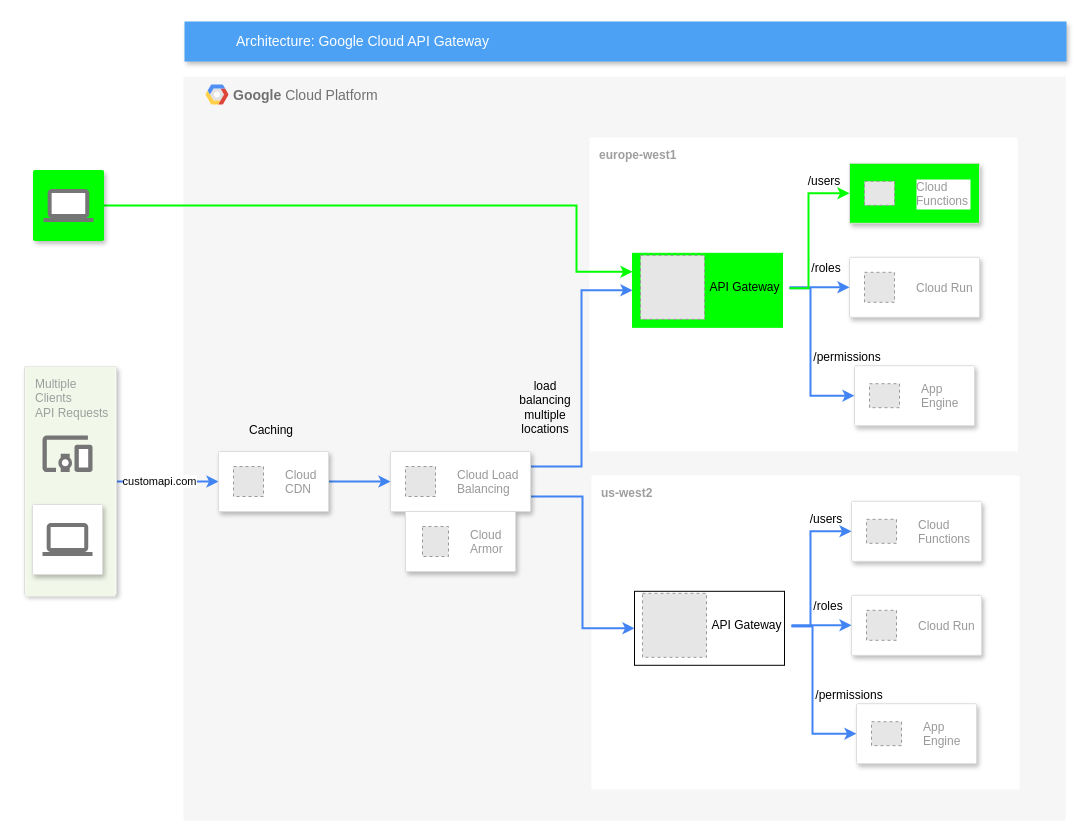
Earlier version of the draw.io diagram page "simple" (1 of 2) of diagram.drawio (stefanbertos/for-developers-gcp-cloud-api-gateway). Source tidied: cells renumbered, new cells numbered last; positions are measured from the earlier drawing's top-left corner, leaving out a move shared by most shapes. Both pictures are drawn from the tidied source at 100%, with x=0, y=0 at pixel (17, 21). Pictures stored in the file or linked from it are replaced by grey dashed boxes.
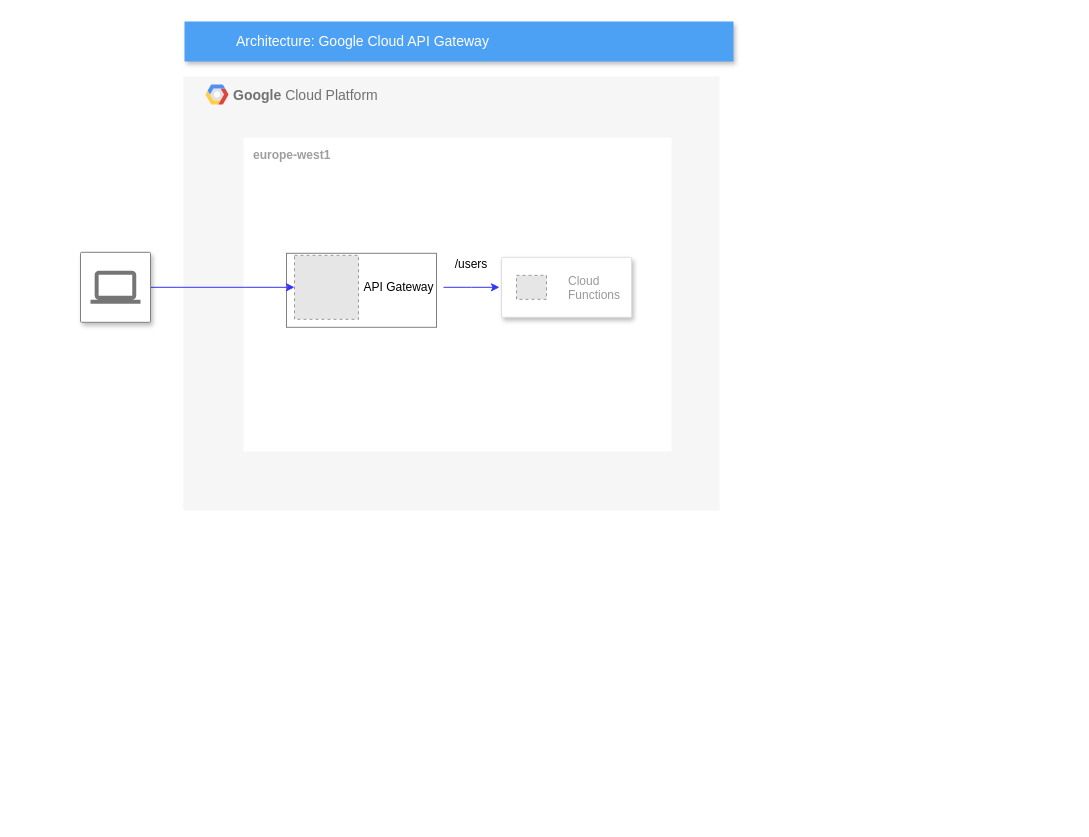
The same diagram, later.

The change refers to these unchanged cells:
```xml
<mxCell id="10" style="fillColor=#E6E6E6;strokeColor=#999999;dashed=1;verticalLabelPosition=bottom;verticalAlign=top;" parent="7" vertex="1">
  <mxGeometry x="51" y="117.8" width="64" height="64" as="geometry" />
</mxCell>
<mxCell id="13" value="API Gateway" style="text;html=1;align=center;verticalAlign=middle;points=[];fillColor=none;strokeColor=none;rounded=0;" parent="7" vertex="1">
  <mxGeometry x="110" y="134.8" width="90" height="30" as="geometry" />
</mxCell>
```

What changed in the source:
```diff
@@
     <mxCell id="2" value="&lt;b&gt;Google &lt;/b&gt;Cloud Platform" style="fillColor=#F6F6F6;strokeColor=none;shadow=0;gradientColor=none;fontSize=14;align=left;spacing=10;fontColor=#717171;9E9E9E;verticalAlign=top;spacingTop=-4;fontStyle=0;spacingLeft=40;html=1;" parent="1" vertex="1">
-      <mxGeometry x="166" y="55" width="882" height="744" as="geometry" />
+      <mxGeometry x="166" y="55" width="536" height="434" as="geometry" />
     </mxCell>
-    <mxCell id="3" style="edgeStyle=orthogonalEdgeStyle;rounded=0;jettySize=auto;html=1;entryX=0;entryY=0.5;entryDx=0;entryDy=0;strokeColor=#4284F3;strokeWidth=2;" parent="1" edge="1" source="57" target="52">
-      <mxGeometry relative="1" as="geometry" />
-    </mxCell>
-    <mxCell id="4" value="customapi.com" style="edgeLabel;html=1;align=center;verticalAlign=middle;" parent="3" vertex="1">
-      <mxGeometry x="-0.17" y="1" relative="1" as="geometry" />
-    </mxCell>
     <mxCell id="5" value="Architecture: Google Cloud API Gateway" style="fillColor=#4DA1F5;strokeColor=none;shadow=1;gradientColor=none;fontSize=14;align=left;spacingLeft=50;fontColor=#ffffff;html=1;" parent="1" vertex="1">
-      <mxGeometry x="167" width="882" height="40" as="geometry" />
+      <mxGeometry x="167" width="549" height="40" as="geometry" />
     </mxCell>
@@
     <mxCell id="7" style="group;fontStyle=0;" parent="1" vertex="1">
-      <mxGeometry x="572" y="116" width="428" height="314" as="geometry" />
+      <mxGeometry x="226" y="116" width="428" height="314" as="geometry" />
     </mxCell>
@@
-    <mxCell id="9" style="whiteSpace=wrap;html=1;strokeColor=#00FF00;fillColor=#00FF00;" parent="7" vertex="1">
+    <mxCell id="9" style="whiteSpace=wrap;html=1;strokeColor=#808080;fillColor=#FFFFFF;" parent="7" vertex="1">
       <mxGeometry x="43" y="115.8" width="150" height="74" as="geometry" />
     </mxCell>
@@
-    <mxCell id="11" style="strokeColor=#dddddd;shadow=1;strokeWidth=1;rounded=1;absoluteArcSize=1;arcSize=2;fillColor=#00FF00;" parent="7" vertex="1">
-      <mxGeometry x="260" y="25.8" width="130" height="60" as="geometry" />
+    <mxCell id="11" style="strokeColor=#dddddd;shadow=1;strokeWidth=1;rounded=1;absoluteArcSize=1;arcSize=2;fillColor=#FFFFFF;" parent="7" vertex="1">
+      <mxGeometry x="258" y="119.8" width="130" height="60" as="geometry" />
     </mxCell>
@@
-    <mxCell id="14" style="strokeColor=#dddddd;shadow=1;strokeWidth=1;rounded=1;absoluteArcSize=1;arcSize=2;" parent="7" vertex="1">
-      <mxGeometry x="260" y="119.8" width="130" height="60" as="geometry" />
-    </mxCell>
-    <mxCell id="15" value="Cloud Run" style="fillColor=#E6E6E6;strokeColor=#999999;dashed=1;fontColor=#999999;verticalLabelPosition=middle;labelBackgroundColor=#ffffff;verticalAlign=middle;labelPosition=right;align=left;spacingLeft=20;" parent="14" vertex="1">
-      <mxGeometry width="30" height="30" relative="1" as="geometry">
-        <mxPoint x="15" y="15" as="offset" />
-      </mxGeometry>
-    </mxCell>
-    <mxCell id="16" style="edgeStyle=orthogonalEdgeStyle;rounded=0;jettySize=auto;html=1;strokeColor=#4284F3;strokeWidth=2;" parent="7" edge="1" source="13" target="14">
-      <mxGeometry relative="1" as="geometry" />
-    </mxCell>
-    <mxCell id="17" style="strokeColor=#dddddd;shadow=1;strokeWidth=1;rounded=1;absoluteArcSize=1;arcSize=2;" parent="7" vertex="1">
-      <mxGeometry x="265" y="228.2" width="120" height="60" as="geometry" />
-    </mxCell>
-    <mxCell id="18" value="App&#10;Engine" style="fillColor=#E6E6E6;strokeColor=#999999;dashed=1;fontColor=#999999;verticalLabelPosition=middle;labelBackgroundColor=#ffffff;verticalAlign=middle;labelPosition=right;align=left;spacingLeft=20;" parent="17" vertex="1">
-      <mxGeometry width="30" height="24" relative="1" as="geometry">
-        <mxPoint x="15" y="18" as="offset" />
-      </mxGeometry>
-    </mxCell>
-    <mxCell id="19" style="edgeStyle=orthogonalEdgeStyle;rounded=0;jettySize=auto;html=1;entryX=0;entryY=0.5;entryDx=0;entryDy=0;strokeColor=#4284F3;strokeWidth=2;" parent="7" edge="1" source="13" target="17">
-      <mxGeometry relative="1" as="geometry">
-        <Array as="points">
-          <mxPoint x="221" y="150.8" />
-          <mxPoint x="221" y="258.8" />
-        </Array>
-      </mxGeometry>
-    </mxCell>
     <mxCell id="20" value="/users" style="text;html=1;strokeColor=none;fillColor=none;align=center;verticalAlign=middle;whiteSpace=wrap;rounded=0;" parent="7" vertex="1">
-      <mxGeometry x="205" y="28.8" width="60" height="30" as="geometry" />
+      <mxGeometry x="198" y="112" width="60" height="30" as="geometry" />
     </mxCell>
-    <mxCell id="21" value="/roles" style="text;html=1;strokeColor=none;fillColor=none;align=center;verticalAlign=middle;whiteSpace=wrap;rounded=0;" parent="7" vertex="1">
-      <mxGeometry x="207" y="115.8" width="60" height="30" as="geometry" />
-    </mxCell>
-    <mxCell id="22" value="/permissions" style="text;html=1;strokeColor=none;fillColor=none;align=center;verticalAlign=middle;whiteSpace=wrap;rounded=0;" parent="7" vertex="1">
-      <mxGeometry x="228" y="204.8" width="60" height="30" as="geometry" />
-    </mxCell>
-    <mxCell id="23" style="edgeStyle=orthogonalEdgeStyle;rounded=0;jettySize=auto;html=1;entryX=0;entryY=0.5;entryDx=0;entryDy=0;strokeColor=#00FF00;strokeWidth=2;" parent="7" edge="1" source="13" target="11">
+    <mxCell id="23" style="edgeStyle=orthogonalEdgeStyle;rounded=0;jettySize=auto;html=1;entryX=0;entryY=0.5;entryDx=0;entryDy=0;strokeColor=none;strokeWidth=2;" parent="7" edge="1" source="13" target="11">
       <mxGeometry relative="1" as="geometry">
         <Array as="points">
-          <mxPoint x="219" y="150.8" />
-          <mxPoint x="219" y="55.8" />
+          <mxPoint x="247" y="150" />
+          <mxPoint x="247" y="150" />
         </Array>
       </mxGeometry>
     </mxCell>
-    <mxCell id="24" style="group;" parent="1" vertex="1">
-      <mxGeometry x="574" y="454" width="428" height="314" as="geometry" />
-    </mxCell>
-    <mxCell id="25" value="&lt;b&gt;us-west2&lt;/b&gt;" style="sketch=0;rounded=1;absoluteArcSize=1;arcSize=2;html=1;strokeColor=none;gradientColor=none;shadow=0;dashed=0;fontSize=12;fontColor=#9E9E9E;align=left;verticalAlign=top;spacing=10;spacingTop=-4;" parent="24" vertex="1">
-      <mxGeometry width="428" height="314" as="geometry" />
-    </mxCell>
-    <mxCell id="26" style="whiteSpace=wrap;html=1;" parent="24" vertex="1">
-      <mxGeometry x="43" y="115.8" width="150" height="74" as="geometry" />
-    </mxCell>
-    <mxCell id="27" style="fillColor=#E6E6E6;strokeColor=#999999;dashed=1;verticalLabelPosition=bottom;verticalAlign=top;" parent="24" vertex="1">
-      <mxGeometry x="51" y="117.8" width="64" height="64" as="geometry" />
-    </mxCell>
-    <mxCell id="28" style="strokeColor=#dddddd;shadow=1;strokeWidth=1;rounded=1;absoluteArcSize=1;arcSize=2;" parent="24" vertex="1">
-      <mxGeometry x="260" y="25.8" width="130" height="60" as="geometry" />
-    </mxCell>
-    <mxCell id="29" value="Cloud&#10;Functions" style="fillColor=#E6E6E6;strokeColor=#999999;dashed=1;fontColor=#999999;verticalLabelPosition=middle;labelBackgroundColor=#ffffff;verticalAlign=middle;labelPosition=right;align=left;spacingLeft=20;" parent="28" vertex="1">
-      <mxGeometry width="30" height="24" relative="1" as="geometry">
-        <mxPoint x="15" y="18" as="offset" />
-      </mxGeometry>
-    </mxCell>
-    <mxCell id="30" style="edgeStyle=orthogonalEdgeStyle;rounded=0;jettySize=auto;html=1;entryX=0;entryY=0.5;entryDx=0;entryDy=0;strokeColor=#4284F3;strokeWidth=2;" parent="24" edge="1" source="31" target="28">
-      <mxGeometry relative="1" as="geometry">
-        <Array as="points">
-          <mxPoint x="219" y="150.8" />
-          <mxPoint x="219" y="55.8" />
-        </Array>
-      </mxGeometry>
-    </mxCell>
-    <mxCell id="31" value="API Gateway" style="text;html=1;align=center;verticalAlign=middle;points=[];fillColor=none;strokeColor=none;rounded=0;" parent="24" vertex="1">
-      <mxGeometry x="110" y="134.8" width="90" height="30" as="geometry" />
-    </mxCell>
-    <mxCell id="32" style="strokeColor=#dddddd;shadow=1;strokeWidth=1;rounded=1;absoluteArcSize=1;arcSize=2;" parent="24" vertex="1">
-      <mxGeometry x="260" y="119.8" width="130" height="60" as="geometry" />
-    </mxCell>
-    <mxCell id="33" value="Cloud Run" style="fillColor=#E6E6E6;strokeColor=#999999;dashed=1;fontColor=#999999;verticalLabelPosition=middle;labelBackgroundColor=#ffffff;verticalAlign=middle;labelPosition=right;align=left;spacingLeft=20;" parent="32" vertex="1">
-      <mxGeometry width="30" height="30" relative="1" as="geometry">
-        <mxPoint x="15" y="15" as="offset" />
-      </mxGeometry>
-    </mxCell>
-    <mxCell id="34" style="edgeStyle=orthogonalEdgeStyle;rounded=0;jettySize=auto;html=1;strokeColor=#4284F3;strokeWidth=2;" parent="24" edge="1" source="31" target="32">
-      <mxGeometry relative="1" as="geometry" />
-    </mxCell>
-    <mxCell id="35" style="strokeColor=#dddddd;shadow=1;strokeWidth=1;rounded=1;absoluteArcSize=1;arcSize=2;" parent="24" vertex="1">
-      <mxGeometry x="265" y="228.2" width="120" height="60" as="geometry" />
-    </mxCell>
-    <mxCell id="36" value="App&#10;Engine" style="fillColor=#E6E6E6;strokeColor=#999999;dashed=1;fontColor=#999999;verticalLabelPosition=middle;labelBackgroundColor=#ffffff;verticalAlign=middle;labelPosition=right;align=left;spacingLeft=20;" parent="35" vertex="1">
-      <mxGeometry width="30" height="24" relative="1" as="geometry">
-        <mxPoint x="15" y="18" as="offset" />
-      </mxGeometry>
-    </mxCell>
-    <mxCell id="37" style="edgeStyle=orthogonalEdgeStyle;rounded=0;jettySize=auto;html=1;entryX=0;entryY=0.5;entryDx=0;entryDy=0;strokeColor=#4284F3;strokeWidth=2;" parent="24" edge="1" source="31" target="35">
-      <mxGeometry relative="1" as="geometry">
-        <Array as="points">
-          <mxPoint x="221" y="150.8" />
-          <mxPoint x="221" y="258.8" />
-        </Array>
-      </mxGeometry>
-    </mxCell>
-    <mxCell id="38" value="/users" style="text;html=1;strokeColor=none;fillColor=none;align=center;verticalAlign=middle;whiteSpace=wrap;rounded=0;" parent="24" vertex="1">
-      <mxGeometry x="205" y="28.8" width="60" height="30" as="geometry" />
-    </mxCell>
-    <mxCell id="39" value="/roles" style="text;html=1;strokeColor=none;fillColor=none;align=center;verticalAlign=middle;whiteSpace=wrap;rounded=0;" parent="24" vertex="1">
-      <mxGeometry x="207" y="115.8" width="60" height="30" as="geometry" />
-    </mxCell>
-    <mxCell id="40" value="/permissions" style="text;html=1;strokeColor=none;fillColor=none;align=center;verticalAlign=middle;whiteSpace=wrap;rounded=0;" parent="24" vertex="1">
-      <mxGeometry x="228" y="204.8" width="60" height="30" as="geometry" />
-    </mxCell>
-    <mxCell id="41" style="edgeStyle=orthogonalEdgeStyle;rounded=0;jettySize=auto;html=1;exitX=1;exitY=0.25;exitDx=0;exitDy=0;entryX=0;entryY=0.5;entryDx=0;entryDy=0;strokeColor=#4284F3;strokeWidth=2;" parent="1" edge="1" source="43" target="9">
-      <mxGeometry relative="1" as="geometry" />
-    </mxCell>
-    <mxCell id="42" style="edgeStyle=orthogonalEdgeStyle;rounded=0;jettySize=auto;html=1;exitX=1;exitY=0.75;exitDx=0;exitDy=0;entryX=0;entryY=0.5;entryDx=0;entryDy=0;strokeColor=#4284F3;strokeWidth=2;" parent="1" edge="1" source="43" target="26">
-      <mxGeometry relative="1" as="geometry" />
-    </mxCell>
-    <mxCell id="43" style="strokeColor=#dddddd;shadow=1;strokeWidth=1;rounded=1;absoluteArcSize=1;arcSize=2;" parent="1" vertex="1">
-      <mxGeometry x="373" y="430" width="140" height="60" as="geometry" />
-    </mxCell>
-    <mxCell id="44" value="Cloud Load&#10;Balancing" style="fillColor=#E6E6E6;strokeColor=#999999;dashed=1;fontColor=#999999;verticalLabelPosition=middle;labelBackgroundColor=#ffffff;verticalAlign=middle;labelPosition=right;align=left;spacingLeft=20;" parent="43" vertex="1">
-      <mxGeometry width="30" height="30" relative="1" as="geometry">
-        <mxPoint x="15" y="15" as="offset" />
-      </mxGeometry>
-    </mxCell>
-    <mxCell id="45" style="strokeColor=#dddddd;shadow=1;strokeWidth=1;rounded=1;absoluteArcSize=1;arcSize=2;" parent="1" vertex="1">
-      <mxGeometry x="388" y="490" width="110" height="60" as="geometry" />
-    </mxCell>
-    <mxCell id="46" value="Cloud&#10;Armor" style="fillColor=#E6E6E6;strokeColor=#999999;dashed=1;fontColor=#999999;verticalLabelPosition=middle;labelBackgroundColor=#ffffff;verticalAlign=middle;labelPosition=right;align=left;spacingLeft=20;" parent="45" vertex="1">
-      <mxGeometry width="26" height="30" relative="1" as="geometry">
-        <mxPoint x="17" y="15" as="offset" />
-      </mxGeometry>
-    </mxCell>
-    <mxCell id="47" value="load balancing&lt;br&gt;multiple locations" style="text;html=1;strokeColor=none;fillColor=none;align=center;verticalAlign=middle;whiteSpace=wrap;rounded=0;" parent="1" vertex="1">
-      <mxGeometry x="498" y="371" width="60" height="30" as="geometry" />
-    </mxCell>
-    <mxCell id="48" style="edgeStyle=orthogonalEdgeStyle;rounded=0;jettySize=auto;html=1;entryX=0;entryY=0.25;entryDx=0;entryDy=0;strokeColor=#00FF00;strokeWidth=2;" parent="1" edge="1" source="49" target="9">
-      <mxGeometry relative="1" as="geometry">
-        <Array as="points">
-          <mxPoint x="559" y="184" />
-          <mxPoint x="559" y="250" />
-        </Array>
-      </mxGeometry>
-    </mxCell>
+    <mxCell id="61" style="edgeStyle=orthogonalEdgeStyle;rounded=0;jettySize=auto;html=1;exitX=1;exitY=0.5;exitDx=0;exitDy=0;entryX=0;entryY=0.5;entryDx=0;entryDy=0;strokeColor=#3333FF;" parent="1" edge="1" source="49" target="10">
+      <mxGeometry relative="1" as="geometry" />
+    </mxCell>
-    <mxCell id="49" style="strokeColor=#00FF00;fillColor=#00FF00;shadow=1;strokeWidth=1;rounded=1;absoluteArcSize=1;arcSize=2;labelPosition=center;verticalLabelPosition=middle;align=center;verticalAlign=bottom;spacingLeft=0;fontColor=#999999;fontSize=12;whiteSpace=wrap;spacingBottom=2;html=1;" parent="1" vertex="1">
-      <mxGeometry x="16" y="149" width="70" height="70" as="geometry" />
+    <mxCell id="49" style="strokeColor=#808080;fillColor=#FFFFFF;shadow=1;strokeWidth=1;rounded=1;absoluteArcSize=1;arcSize=2;labelPosition=center;verticalLabelPosition=middle;align=center;verticalAlign=bottom;spacingLeft=0;fontColor=#999999;fontSize=12;whiteSpace=wrap;spacingBottom=2;html=1;" parent="1" vertex="1">
+      <mxGeometry x="63" y="230.8" width="70" height="70" as="geometry" />
     </mxCell>
@@
-    <mxCell id="51" style="edgeStyle=orthogonalEdgeStyle;rounded=0;jettySize=auto;html=1;exitX=1;exitY=0.5;exitDx=0;exitDy=0;strokeColor=#4284F3;strokeWidth=2;" parent="1" edge="1" source="52" target="43">
-      <mxGeometry relative="1" as="geometry" />
-    </mxCell>
-    <mxCell id="52" style="strokeColor=#dddddd;shadow=1;strokeWidth=1;rounded=1;absoluteArcSize=1;arcSize=2;fillColor=#FFFFFF;" parent="1" vertex="1">
-      <mxGeometry x="201" y="430" width="110" height="60" as="geometry" />
-    </mxCell>
-    <mxCell id="53" value="Cloud&#10;CDN" style="fillColor=#E6E6E6;strokeColor=#999999;dashed=1;fontColor=#999999;verticalLabelPosition=middle;labelBackgroundColor=#ffffff;verticalAlign=middle;labelPosition=right;align=left;spacingLeft=20;" parent="52" vertex="1">
-      <mxGeometry width="30" height="30" relative="1" as="geometry">
-        <mxPoint x="15" y="15" as="offset" />
-      </mxGeometry>
-    </mxCell>
-    <mxCell id="54" value="Caching" style="text;html=1;strokeColor=none;fillColor=none;align=center;verticalAlign=middle;whiteSpace=wrap;rounded=0;" parent="1" vertex="1">
-      <mxGeometry x="224" y="394" width="60" height="30" as="geometry" />
-    </mxCell>
-    <mxCell id="55" style="group;" parent="1" vertex="1">
-      <mxGeometry y="345" width="99" height="230" as="geometry" />
-    </mxCell>
-    <mxCell id="56" style="strokeColor=#dddddd;fillColor=#ffffff;shadow=1;strokeWidth=1;rounded=1;absoluteArcSize=1;arcSize=2;labelPosition=center;verticalLabelPosition=middle;align=center;verticalAlign=bottom;spacingLeft=0;fontColor=#999999;fontSize=12;whiteSpace=wrap;spacingBottom=2;html=1;" parent="55" vertex="1">
-      <mxGeometry x="7" width="92" height="228" as="geometry" />
-    </mxCell>
-    <mxCell id="57" value="Multiple&lt;br&gt;Clients&lt;br&gt;API Requests&lt;br&gt;" style="rounded=1;absoluteArcSize=1;arcSize=2;html=1;strokeColor=none;gradientColor=none;shadow=0;dashed=0;fontSize=12;fontColor=#9E9E9E;align=left;verticalAlign=top;spacing=10;spacingTop=-4;fillColor=#F1F8E9;" parent="55" vertex="1">
-      <mxGeometry x="8" width="90" height="230" as="geometry" />
-    </mxCell>
-    <mxCell id="58" style="dashed=0;html=1;fillColor=#757575;strokeColor=none;shape=mxgraph.gcp2.mobile_devices;" parent="55" vertex="1">
-      <mxGeometry x="25" y="69" width="50" height="36.5" as="geometry">
-        <mxPoint x="-25" y="16.8" as="offset" />
-      </mxGeometry>
-    </mxCell>
-    <mxCell id="59" style="strokeColor=#dddddd;fillColor=#ffffff;shadow=1;strokeWidth=1;rounded=1;absoluteArcSize=1;arcSize=2;labelPosition=center;verticalLabelPosition=middle;align=center;verticalAlign=bottom;spacingLeft=0;fontColor=#999999;fontSize=12;whiteSpace=wrap;spacingBottom=2;html=1;" parent="55" vertex="1">
-      <mxGeometry x="15" y="138" width="70" height="70" as="geometry" />
-    </mxCell>
-    <mxCell id="60" style="dashed=0;html=1;fillColor=#757575;strokeColor=none;shape=mxgraph.gcp2.laptop;" parent="59" vertex="1">
-      <mxGeometry x="0.5" width="50" height="33" relative="1" as="geometry">
-        <mxPoint x="-25" y="18.5" as="offset" />
-      </mxGeometry>
-    </mxCell>
+    <mxCell id="62" style="edgeStyle=orthogonalEdgeStyle;rounded=0;jettySize=auto;html=1;strokeColor=#3333FF;" parent="1" edge="1" source="13">
+      <mxGeometry relative="1" as="geometry">
+        <mxPoint x="482" y="265.8" as="targetPoint" />
+      </mxGeometry>
+    </mxCell>
```
